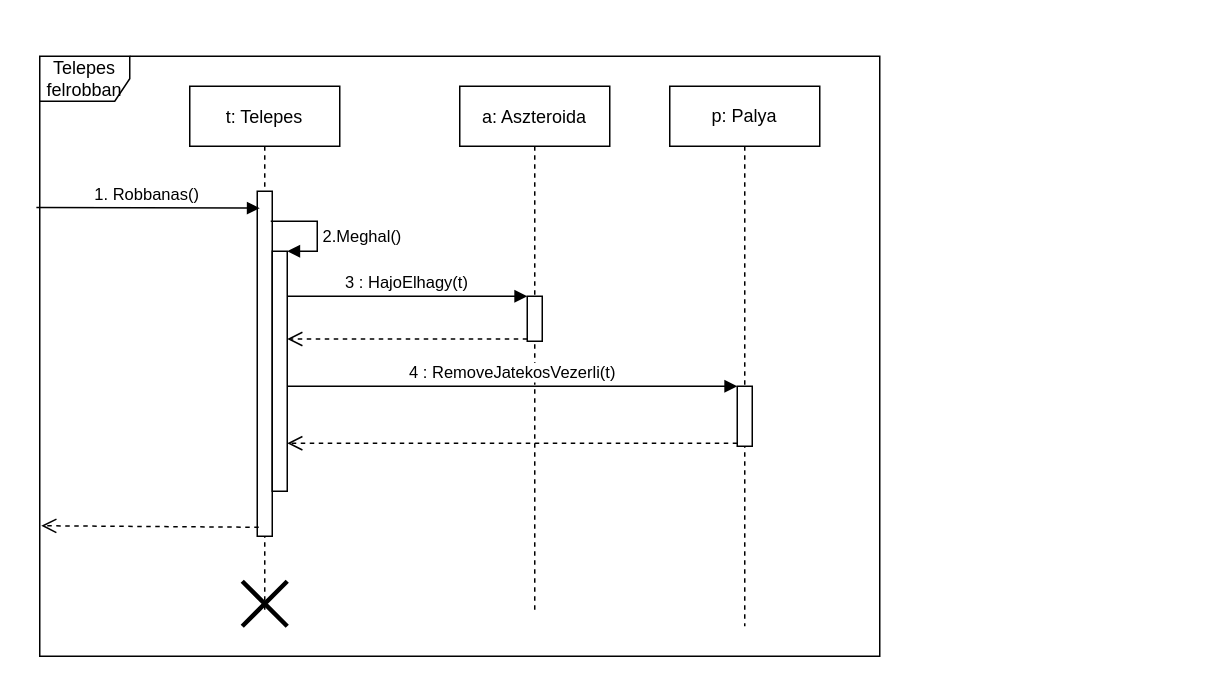
Before: page "telepes robban" (3 of 5) of doc/szekvencia/szek_UranLerak.drawio in torpeBoiGo/aszteroidabanyaszat, a draw.io diagram. Source tidied: cells renumbered, new cells numbered last; positions are measured from the earlier drawing's top-left corner, leaving out a move shared by most shapes. Both pictures are drawn from the tidied source at 150%, with x=0, y=0 at pixel (39, 56).
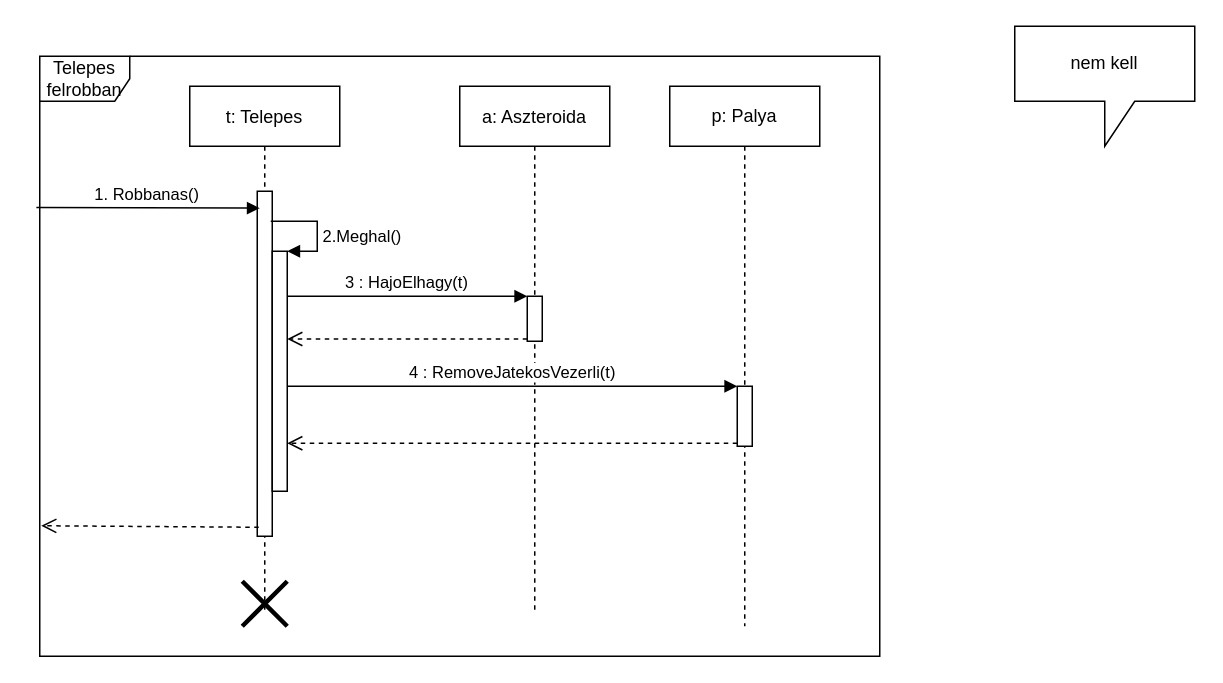
The same diagram, later.

Diff of the diagram source:
```diff
@@
+    <mxCell id="18" value="nem kell" style="shape=callout;whiteSpace=wrap;html=1;perimeter=calloutPerimeter;" parent="1" vertex="1">
+      <mxGeometry x="650" y="-20" width="120" height="80" as="geometry" />
+    </mxCell>
```
